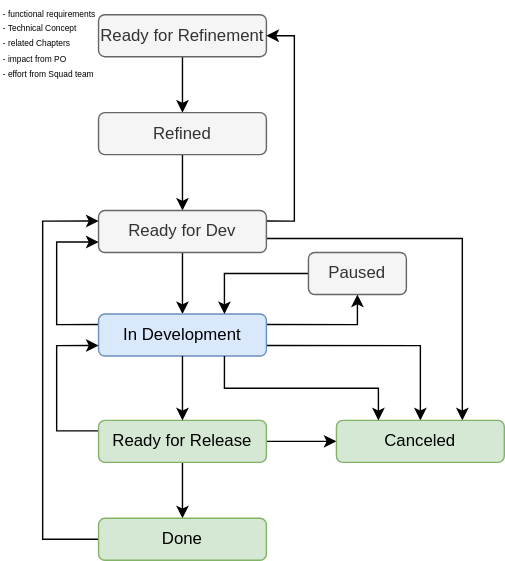
This is workflows/workflow-epic.drawio.svg from ksb-digital/.github, a draw.io export, as it was before one commit. Source tidied: cells renumbered, new cells last; positions are measured from the earlier drawing's top-left corner, leaving out a move shared by most shapes.
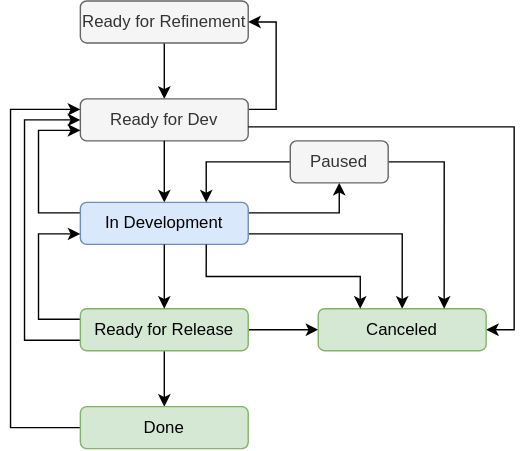
Above is the later version.

What changed in the source:
```diff
@@ -2,43 +2,40 @@
   <root>
     <mxCell id="0" />
     <mxCell id="1" parent="0" />
-    <mxCell id="2" style="edgeStyle=orthogonalEdgeStyle;rounded=0;jettySize=auto;html=1;exitX=0.5;exitY=1;exitDx=0;exitDy=0;entryX=0.5;entryY=0;entryDx=0;entryDy=0;" parent="1" edge="1" source="3" target="5">
-      <mxGeometry relative="1" as="geometry" />
-    </mxCell>
+    <mxCell id="26" style="edgeStyle=orthogonalEdgeStyle;rounded=0;jettySize=auto;html=1;exitX=0.5;exitY=1;exitDx=0;exitDy=0;entryX=0.5;entryY=0;entryDx=0;entryDy=0;" parent="1" edge="1" source="3" target="9">
+      <mxGeometry relative="1" as="geometry" />
+    </mxCell>
     <mxCell id="3" value="Ready for Refinement" style="rounded=1;whiteSpace=wrap;html=1;fillColor=#f5f5f5;fontColor=#333333;strokeColor=#666666;" parent="1" vertex="1">
-      <mxGeometry x="69.9" y="10" width="120" height="30" as="geometry" />
+      <mxGeometry x="69.9" y="80" width="120" height="30" as="geometry" />
     </mxCell>
-    <mxCell id="4" style="edgeStyle=orthogonalEdgeStyle;rounded=0;jettySize=auto;html=1;exitX=0.5;exitY=1;exitDx=0;exitDy=0;entryX=0.5;entryY=0;entryDx=0;entryDy=0;" parent="1" edge="1" source="5" target="9">
-      <mxGeometry relative="1" as="geometry" />
-    </mxCell>
-    <mxCell id="5" value="Refined" style="rounded=1;whiteSpace=wrap;html=1;fillColor=#f5f5f5;fontColor=#333333;strokeColor=#666666;" parent="1" vertex="1">
-      <mxGeometry x="69.9" y="80" width="120" height="30" as="geometry" />
-    </mxCell>
-    <mxCell id="6" style="edgeStyle=orthogonalEdgeStyle;rounded=0;jettySize=auto;html=1;exitX=0.5;exitY=1;exitDx=0;exitDy=0;entryX=0.5;entryY=0;entryDx=0;entryDy=0;" parent="1" edge="1" source="9" target="13">
-      <mxGeometry relative="1" as="geometry" />
-    </mxCell>
-    <mxCell id="7" style="edgeStyle=orthogonalEdgeStyle;rounded=0;jettySize=auto;html=1;entryX=0.75;entryY=0;entryDx=0;entryDy=0;" parent="1" edge="1" target="20">
-      <mxGeometry relative="1" as="geometry">
-        <mxPoint x="190" y="170" as="sourcePoint" />
-      </mxGeometry>
-    </mxCell>
     <mxCell id="8" style="edgeStyle=orthogonalEdgeStyle;rounded=0;jettySize=auto;html=1;exitX=1;exitY=0.25;exitDx=0;exitDy=0;entryX=1;entryY=0.5;entryDx=0;entryDy=0;" parent="1" edge="1" source="9" target="3">
       <mxGeometry relative="1" as="geometry" />
     </mxCell>
     <mxCell id="9" value="Ready for Dev" style="rounded=1;whiteSpace=wrap;html=1;fillColor=#f5f5f5;fontColor=#333333;strokeColor=#666666;" parent="1" vertex="1">
       <mxGeometry x="69.9" y="150" width="120" height="30" as="geometry" />
     </mxCell>
-    <mxCell id="10" style="edgeStyle=orthogonalEdgeStyle;rounded=0;jettySize=auto;html=1;exitX=1;exitY=0.75;exitDx=0;exitDy=0;entryX=0.5;entryY=0;entryDx=0;entryDy=0;" parent="1" edge="1" source="13" target="20">
-      <mxGeometry relative="1" as="geometry" />
-    </mxCell>
-    <mxCell id="11" style="edgeStyle=orthogonalEdgeStyle;rounded=0;jettySize=auto;html=1;exitX=0;exitY=0.25;exitDx=0;exitDy=0;entryX=0;entryY=0.75;entryDx=0;entryDy=0;" parent="1" edge="1" source="13" target="9">
-      <mxGeometry relative="1" as="geometry">
-        <Array as="points">
-          <mxPoint x="40" y="232" />
-          <mxPoint x="40" y="173" />
-        </Array>
-      </mxGeometry>
-    </mxCell>
+    <mxCell id="27" style="edgeStyle=orthogonalEdgeStyle;rounded=0;jettySize=auto;html=1;exitX=0.5;exitY=1;exitDx=0;exitDy=0;entryX=0.5;entryY=0;entryDx=0;entryDy=0;" parent="1" edge="1" target="13">
+      <mxGeometry relative="1" as="geometry">
+        <mxPoint x="129.9" y="180" as="sourcePoint" />
+      </mxGeometry>
+    </mxCell>
+    <mxCell id="28" style="edgeStyle=orthogonalEdgeStyle;rounded=0;jettySize=auto;html=1;entryX=1;entryY=0.5;entryDx=0;entryDy=0;" parent="1" edge="1" target="20">
+      <mxGeometry relative="1" as="geometry">
+        <mxPoint x="190" y="170" as="sourcePoint" />
+      </mxGeometry>
+    </mxCell>
+    <mxCell id="29" style="edgeStyle=orthogonalEdgeStyle;rounded=0;jettySize=auto;html=1;exitX=1;exitY=0.75;exitDx=0;exitDy=0;entryX=0.5;entryY=0;entryDx=0;entryDy=0;" parent="1" edge="1" source="13" target="20">
+      <mxGeometry relative="1" as="geometry" />
+    </mxCell>
+    <mxCell id="30" style="edgeStyle=orthogonalEdgeStyle;rounded=0;jettySize=auto;html=1;exitX=0;exitY=0.25;exitDx=0;exitDy=0;entryX=0;entryY=0.75;entryDx=0;entryDy=0;" parent="1" edge="1" source="13">
+      <mxGeometry relative="1" as="geometry">
+        <mxPoint x="69.9" y="172.5" as="targetPoint" />
+        <Array as="points">
+          <mxPoint x="40" y="232" />
+          <mxPoint x="40" y="173" />
+        </Array>
+      </mxGeometry>
+    </mxCell>
     <mxCell id="12" style="edgeStyle=orthogonalEdgeStyle;rounded=0;jettySize=auto;html=1;exitX=1;exitY=0.25;exitDx=0;exitDy=0;entryX=0.5;entryY=1;entryDx=0;entryDy=0;" parent="1" edge="1" source="13" target="24">
       <mxGeometry relative="1" as="geometry" />
     </mxCell>
@@ -59,17 +56,27 @@
         </Array>
       </mxGeometry>
     </mxCell>
+    <mxCell id="31" style="edgeStyle=orthogonalEdgeStyle;rounded=0;jettySize=auto;html=1;exitX=0;exitY=0.75;exitDx=0;exitDy=0;entryX=0;entryY=0.5;entryDx=0;entryDy=0;" parent="1" edge="1" source="17">
+      <mxGeometry relative="1" as="geometry">
+        <mxPoint x="69.9" y="165" as="targetPoint" />
+        <Array as="points">
+          <mxPoint x="30" y="322" />
+          <mxPoint x="30" y="165" />
+        </Array>
+      </mxGeometry>
+    </mxCell>
     <mxCell id="17" value="Ready for Release" style="rounded=1;whiteSpace=wrap;html=1;fillColor=#d5e8d4;strokeColor=#82b366;" parent="1" vertex="1">
       <mxGeometry x="69.9" y="300" width="120" height="30" as="geometry" />
     </mxCell>
-    <mxCell id="18" style="edgeStyle=orthogonalEdgeStyle;rounded=0;jettySize=auto;html=1;exitX=0;exitY=0.5;exitDx=0;exitDy=0;entryX=0;entryY=0.25;entryDx=0;entryDy=0;" parent="1" edge="1" source="19" target="9">
-      <mxGeometry relative="1" as="geometry">
-        <Array as="points">
-          <mxPoint x="30" y="385" />
-          <mxPoint x="30" y="158" />
-        </Array>
-      </mxGeometry>
-    </mxCell>
+    <mxCell id="32" style="edgeStyle=orthogonalEdgeStyle;rounded=0;jettySize=auto;html=1;exitX=0;exitY=0.5;exitDx=0;exitDy=0;entryX=0;entryY=0.25;entryDx=0;entryDy=0;" parent="1" edge="1" source="19">
+      <mxGeometry relative="1" as="geometry">
+        <mxPoint x="69.9" y="157.5" as="targetPoint" />
+        <Array as="points">
+          <mxPoint x="20" y="385" />
+          <mxPoint x="20" y="158" />
+        </Array>
+      </mxGeometry>
+    </mxCell>
     <mxCell id="19" value="Done" style="rounded=1;whiteSpace=wrap;html=1;fillColor=#d5e8d4;strokeColor=#82b366;" parent="1" vertex="1">
       <mxGeometry x="69.9" y="370" width="120" height="30" as="geometry" />
     </mxCell>
@@ -79,17 +86,17 @@
     <mxCell id="21" style="edgeStyle=orthogonalEdgeStyle;rounded=0;jettySize=auto;html=1;exitX=0.5;exitY=1;exitDx=0;exitDy=0;entryX=0.5;entryY=0;entryDx=0;entryDy=0;" parent="1" edge="1" source="13" target="17">
       <mxGeometry relative="1" as="geometry" />
     </mxCell>
-    <mxCell id="22" style="edgeStyle=orthogonalEdgeStyle;rounded=0;jettySize=auto;html=1;exitX=0.75;exitY=1;exitDx=0;exitDy=0;entryX=0.25;entryY=0;entryDx=0;entryDy=0;" parent="1" edge="1" source="13" target="20">
-      <mxGeometry relative="1" as="geometry" />
-    </mxCell>
+    <mxCell id="33" style="edgeStyle=orthogonalEdgeStyle;rounded=0;jettySize=auto;html=1;exitX=0.75;exitY=1;exitDx=0;exitDy=0;entryX=0.25;entryY=0;entryDx=0;entryDy=0;" parent="1" edge="1" source="13" target="20">
+      <mxGeometry relative="1" as="geometry" />
+    </mxCell>
     <mxCell id="23" style="edgeStyle=orthogonalEdgeStyle;rounded=0;jettySize=auto;html=1;exitX=0;exitY=0.5;exitDx=0;exitDy=0;entryX=0.75;entryY=0;entryDx=0;entryDy=0;" parent="1" edge="1" source="24" target="13">
       <mxGeometry relative="1" as="geometry" />
     </mxCell>
+    <mxCell id="34" style="edgeStyle=orthogonalEdgeStyle;rounded=0;jettySize=auto;html=1;exitX=1;exitY=0.5;exitDx=0;exitDy=0;entryX=0.75;entryY=0;entryDx=0;entryDy=0;" parent="1" edge="1" source="24" target="20">
+      <mxGeometry relative="1" as="geometry" />
+    </mxCell>
     <mxCell id="24" value="Paused" style="rounded=1;whiteSpace=wrap;html=1;fillColor=#f5f5f5;strokeColor=#666666;fontColor=#333333;" parent="1" vertex="1">
       <mxGeometry x="220" y="180" width="70" height="30" as="geometry" />
     </mxCell>
-    <mxCell id="25" value="&lt;font style=&quot;font-size: 6px;&quot;&gt;- functional requirements&lt;br&gt;- Technical Concept&lt;br&gt;- related Chapters&lt;br&gt;- impact from PO&lt;br&gt;- effort from Squad team&lt;/font&gt;" style="text;html=1;strokeColor=none;fillColor=none;align=left;verticalAlign=middle;whiteSpace=wrap;rounded=0;fontSize=9;" parent="1" vertex="1">
-      <mxGeometry width="110" height="60" as="geometry" />
-    </mxCell>
   </root>
 </mxGraphModel>
```
